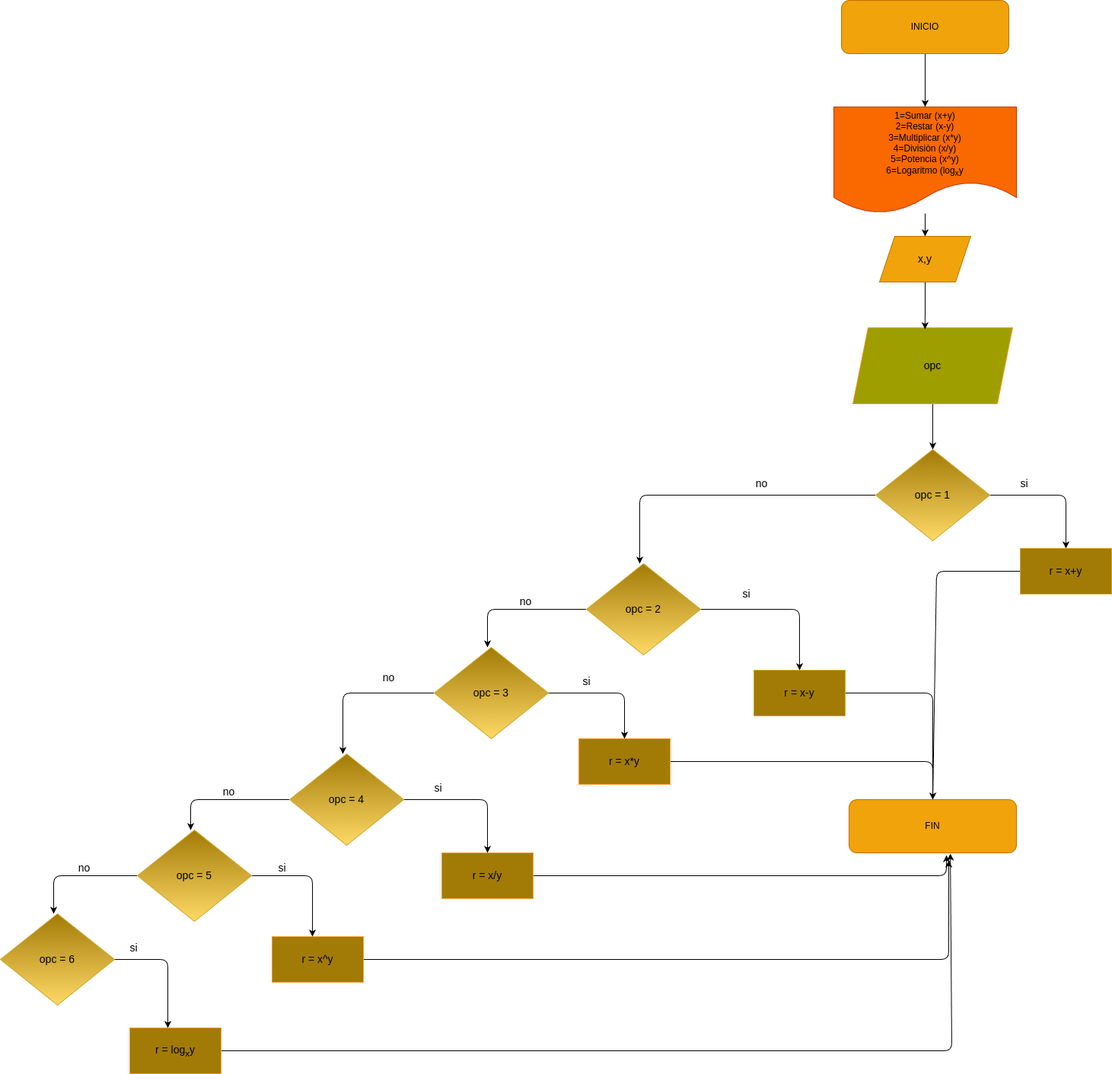
Earlier version of the draw.io export diagrama.png (nidamapi/Mini_Calculadora_Guanentina). Source tidied: cells renumbered, new cells last; positions are measured from the earlier drawing's top-left corner, leaving out a move shared by most shapes.
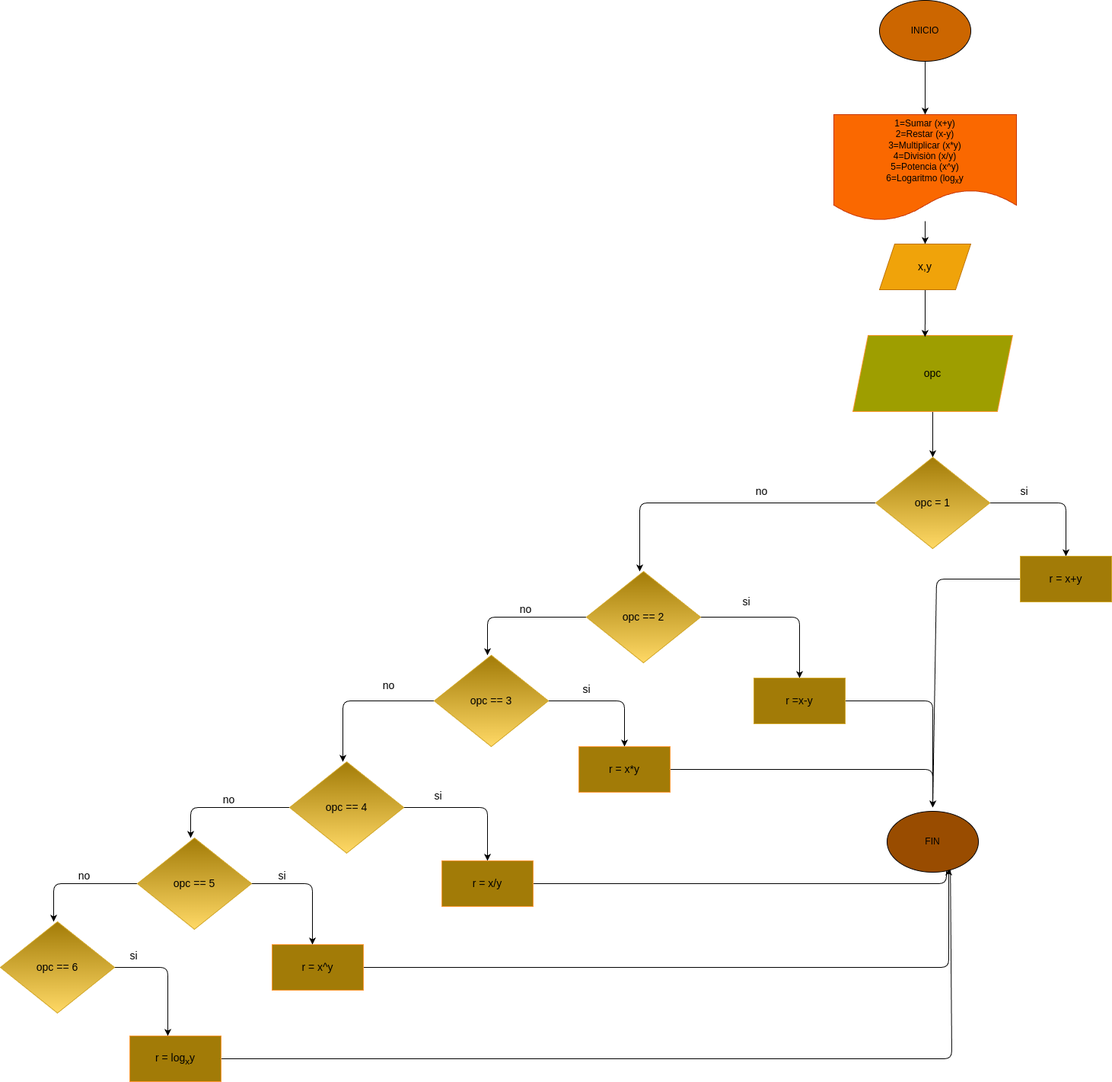
After the commit.

Change to the diagram source:
```diff
@@ -2,12 +2,11 @@
   <root>
     <mxCell id="0" />
     <mxCell id="1" parent="0" />
-    <mxCell id="2" style="edgeStyle=none;html=1;fontSize=14;startArrow=none;startFill=0;" parent="1" edge="1" source="3" target="5">
-      <mxGeometry relative="1" as="geometry" />
+    <mxCell id="2" style="edgeStyle=none;html=1;fontSize=14;startArrow=none;startFill=0;" parent="1" edge="1" target="5">
+      <mxGeometry relative="1" as="geometry">
+        <mxPoint x="1215" y="70" as="sourcePoint" />
+      </mxGeometry>
     </mxCell>
-    <mxCell id="3" value="INICIO" style="rounded=1;whiteSpace=wrap;html=1;fillColor=#f0a30a;fontColor=#000000;strokeColor=#BD7000;" parent="1" vertex="1">
-      <mxGeometry x="1105" width="220" height="70" as="geometry" />
-    </mxCell>
     <mxCell id="4" style="edgeStyle=none;html=1;entryX=0.5;entryY=0;entryDx=0;entryDy=0;fontSize=14;startArrow=none;startFill=0;" parent="1" edge="1" source="5" target="34">
       <mxGeometry relative="1" as="geometry" />
     </mxCell>
@@ -42,8 +41,9 @@
     <mxCell id="11" value="si" style="text;html=1;align=center;verticalAlign=middle;strokeColor=none;fillColor=none;fontSize=14;" parent="1" vertex="1">
       <mxGeometry x="1330" y="620" width="30" height="30" as="geometry" />
     </mxCell>
-    <mxCell id="12" style="edgeStyle=none;html=1;entryX=0.5;entryY=0;entryDx=0;entryDy=0;fontSize=14;startArrow=none;startFill=0;" parent="1" edge="1" source="13" target="14">
+    <mxCell id="12" style="edgeStyle=none;html=1;entryX=0.5;entryY=0;entryDx=0;entryDy=0;fontSize=14;startArrow=none;startFill=0;" parent="1" edge="1" source="13">
       <mxGeometry relative="1" as="geometry">
+        <mxPoint x="1225" y="1050" as="targetPoint" />
         <Array as="points">
           <mxPoint x="1230" y="750" />
         </Array>
@@ -52,9 +52,6 @@
     <mxCell id="13" value="r = x+y" style="rounded=0;whiteSpace=wrap;html=1;strokeColor=#d2a728;fontSize=14;fillColor=#a27b07;" parent="1" vertex="1">
       <mxGeometry x="1340" y="720" width="120" height="60" as="geometry" />
     </mxCell>
-    <mxCell id="14" value="FIN" style="rounded=1;whiteSpace=wrap;html=1;fillColor=#f0a30a;fontColor=#000000;strokeColor=#BD7000;" parent="1" vertex="1">
-      <mxGeometry x="1115" y="1050" width="220" height="70" as="geometry" />
-    </mxCell>
     <mxCell id="15" value="no" style="text;html=1;align=center;verticalAlign=middle;strokeColor=none;fillColor=none;fontSize=14;" parent="1" vertex="1">
       <mxGeometry x="980" y="620" width="40" height="30" as="geometry" />
     </mxCell>
@@ -74,20 +71,21 @@
         </Array>
       </mxGeometry>
     </mxCell>
-    <mxCell id="18" value="opc = 2" style="rhombus;whiteSpace=wrap;html=1;fontSize=14;fillColor=#a27b07;gradientColor=#ffd966;strokeColor=#d2a728;" parent="1" vertex="1">
+    <mxCell id="18" value="opc == 2" style="rhombus;whiteSpace=wrap;html=1;fontSize=14;fillColor=#a27b07;gradientColor=#ffd966;strokeColor=#d2a728;" parent="1" vertex="1">
       <mxGeometry x="770" y="740" width="150" height="120" as="geometry" />
     </mxCell>
     <mxCell id="19" value="si" style="text;html=1;align=center;verticalAlign=middle;strokeColor=none;fillColor=none;fontSize=14;" parent="1" vertex="1">
       <mxGeometry x="965" y="765" width="30" height="30" as="geometry" />
     </mxCell>
-    <mxCell id="20" style="edgeStyle=none;html=1;entryX=0.5;entryY=0;entryDx=0;entryDy=0;fontSize=14;startArrow=none;startFill=0;" parent="1" edge="1" source="21" target="14">
+    <mxCell id="20" style="edgeStyle=none;html=1;entryX=0.5;entryY=0;entryDx=0;entryDy=0;fontSize=14;startArrow=none;startFill=0;" parent="1" edge="1" source="21">
       <mxGeometry relative="1" as="geometry">
+        <mxPoint x="1225" y="1050" as="targetPoint" />
         <Array as="points">
           <mxPoint x="1225" y="910" />
         </Array>
       </mxGeometry>
     </mxCell>
-    <mxCell id="21" value="r = x-y" style="rounded=0;whiteSpace=wrap;html=1;strokeColor=#d2a728;fontSize=14;fillColor=#a27b07;" parent="1" vertex="1">
+    <mxCell id="21" value="r =x-y" style="rounded=0;whiteSpace=wrap;html=1;strokeColor=#d2a728;fontSize=14;fillColor=#a27b07;" parent="1" vertex="1">
       <mxGeometry x="990" y="880" width="120" height="60" as="geometry" />
     </mxCell>
     <mxCell id="22" value="no" style="text;html=1;align=center;verticalAlign=middle;strokeColor=none;fillColor=none;fontSize=14;" parent="1" vertex="1">
@@ -109,7 +107,7 @@
         </Array>
       </mxGeometry>
     </mxCell>
-    <mxCell id="25" value="opc = 3" style="rhombus;whiteSpace=wrap;html=1;fontSize=14;fillColor=#a27b07;gradientColor=#ffd966;strokeColor=#d2a728;" parent="1" vertex="1">
+    <mxCell id="25" value="opc == 3" style="rhombus;whiteSpace=wrap;html=1;fontSize=14;fillColor=#a27b07;gradientColor=#ffd966;strokeColor=#d2a728;" parent="1" vertex="1">
       <mxGeometry x="570" y="850" width="150" height="120" as="geometry" />
     </mxCell>
     <mxCell id="26" value="si" style="text;html=1;align=center;verticalAlign=middle;strokeColor=none;fillColor=none;fontSize=14;" parent="1" vertex="1">
@@ -145,7 +143,7 @@
         </Array>
       </mxGeometry>
     </mxCell>
-    <mxCell id="32" value="opc = 4" style="rhombus;whiteSpace=wrap;html=1;fontSize=14;fillColor=#a27b07;gradientColor=#ffd966;strokeColor=#d2a728;" parent="1" vertex="1">
+    <mxCell id="32" value="opc == 4" style="rhombus;whiteSpace=wrap;html=1;fontSize=14;fillColor=#a27b07;gradientColor=#ffd966;strokeColor=#d2a728;" parent="1" vertex="1">
       <mxGeometry x="380" y="990" width="150" height="120" as="geometry" />
     </mxCell>
     <mxCell id="33" style="edgeStyle=none;html=1;entryX=0.452;entryY=0.02;entryDx=0;entryDy=0;entryPerimeter=0;fontSize=14;startArrow=none;startFill=0;" parent="1" edge="1" source="34" target="7">
@@ -157,8 +155,9 @@
     <mxCell id="35" value="si" style="text;html=1;align=center;verticalAlign=middle;strokeColor=none;fillColor=none;fontSize=14;" parent="1" vertex="1">
       <mxGeometry x="560" y="1020" width="30" height="30" as="geometry" />
     </mxCell>
-    <mxCell id="36" style="edgeStyle=none;html=1;entryX=0.582;entryY=1.043;entryDx=0;entryDy=0;entryPerimeter=0;fontSize=14;startArrow=none;startFill=0;" parent="1" edge="1" source="37" target="14">
+    <mxCell id="36" style="edgeStyle=none;html=1;entryX=0.582;entryY=1.043;entryDx=0;entryDy=0;entryPerimeter=0;fontSize=14;startArrow=none;startFill=0;" parent="1" edge="1" source="37">
       <mxGeometry relative="1" as="geometry">
+        <mxPoint x="1243" y="1123" as="targetPoint" />
         <Array as="points">
           <mxPoint x="1243" y="1150" />
         </Array>
@@ -186,7 +185,7 @@
         </Array>
       </mxGeometry>
     </mxCell>
-    <mxCell id="41" value="opc = 5" style="rhombus;whiteSpace=wrap;html=1;fontSize=14;fillColor=#a27b07;gradientColor=#ffd966;strokeColor=#d2a728;" parent="1" vertex="1">
+    <mxCell id="41" value="opc == 5" style="rhombus;whiteSpace=wrap;html=1;fontSize=14;fillColor=#a27b07;gradientColor=#ffd966;strokeColor=#d2a728;" parent="1" vertex="1">
       <mxGeometry x="180" y="1090" width="150" height="120" as="geometry" />
     </mxCell>
     <mxCell id="42" value="si" style="text;html=1;align=center;verticalAlign=middle;strokeColor=none;fillColor=none;fontSize=14;" parent="1" vertex="1">
@@ -206,8 +205,9 @@
     <mxCell id="45" value="no" style="text;html=1;align=center;verticalAlign=middle;strokeColor=none;fillColor=none;fontSize=14;" parent="1" vertex="1">
       <mxGeometry x="90" y="1125" width="40" height="30" as="geometry" />
     </mxCell>
-    <mxCell id="46" style="edgeStyle=none;html=1;fontSize=14;startArrow=none;startFill=0;entryX=0.605;entryY=1.014;entryDx=0;entryDy=0;entryPerimeter=0;" parent="1" edge="1" source="47" target="14">
+    <mxCell id="46" style="edgeStyle=none;html=1;fontSize=14;startArrow=none;startFill=0;entryX=0.605;entryY=1.014;entryDx=0;entryDy=0;entryPerimeter=0;" parent="1" edge="1" source="47">
       <mxGeometry relative="1" as="geometry">
+        <mxPoint x="1248.1" y="1121" as="targetPoint" />
         <Array as="points">
           <mxPoint x="1250" y="1380" />
         </Array>
@@ -224,11 +224,17 @@
         </Array>
       </mxGeometry>
     </mxCell>
-    <mxCell id="49" value="opc = 6" style="rhombus;whiteSpace=wrap;html=1;fontSize=14;fillColor=#a27b07;gradientColor=#ffd966;strokeColor=#d2a728;" parent="1" vertex="1">
+    <mxCell id="49" value="opc == 6" style="rhombus;whiteSpace=wrap;html=1;fontSize=14;fillColor=#a27b07;gradientColor=#ffd966;strokeColor=#d2a728;" parent="1" vertex="1">
       <mxGeometry y="1200" width="150" height="120" as="geometry" />
     </mxCell>
     <mxCell id="50" value="si" style="text;html=1;align=center;verticalAlign=middle;strokeColor=none;fillColor=none;fontSize=14;" parent="1" vertex="1">
       <mxGeometry x="160" y="1230" width="30" height="30" as="geometry" />
     </mxCell>
+    <mxCell id="3" value="INICIO" style="ellipse;whiteSpace=wrap;html=1;fillColor=#CC6600;" parent="1" vertex="1">
+      <mxGeometry x="1155" y="-10" width="120" height="80" as="geometry" />
+    </mxCell>
+    <mxCell id="14" value="FIN" style="ellipse;whiteSpace=wrap;html=1;fillColor=#994C00;" parent="1" vertex="1">
+      <mxGeometry x="1165" y="1055" width="120" height="80" as="geometry" />
+    </mxCell>
   </root>
 </mxGraphModel>
```
